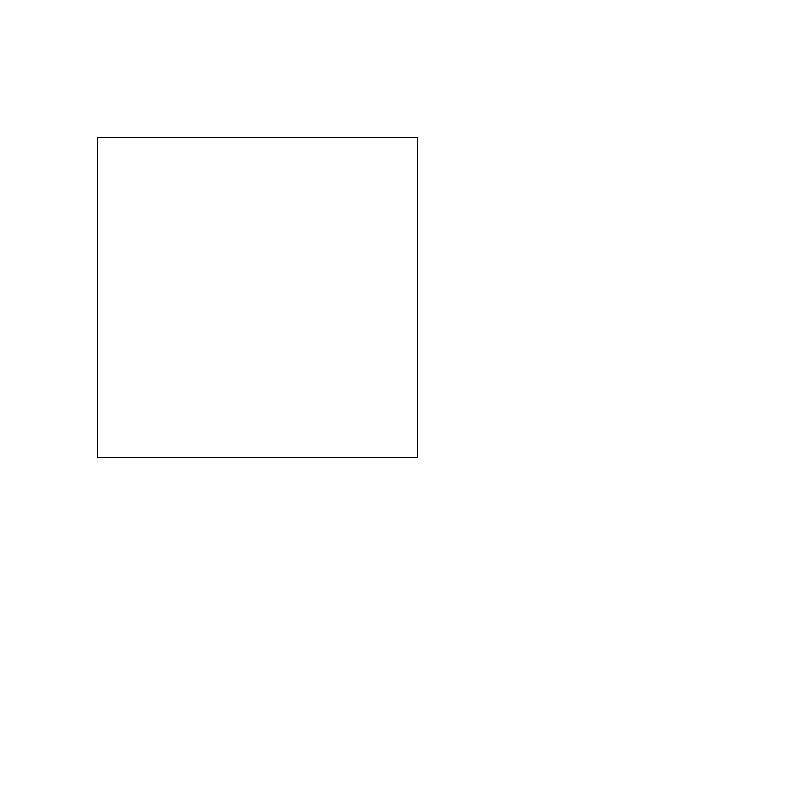
Above: 架构/模块架构.drawio in c825503724/fms (draw.io), before the change. Source tidied: cells renumbered, new cells numbered last; positions are measured from the earlier drawing's top-left corner, leaving out a move shared by most shapes. Both pictures are drawn from the tidied source at 100%, with x=0, y=0 at pixel (97, 137).
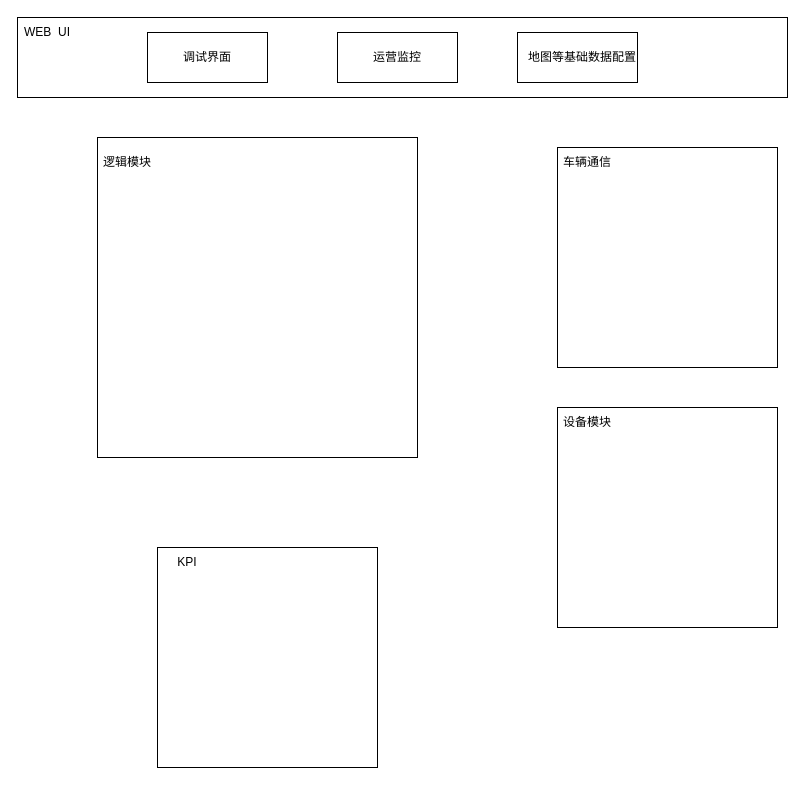
The same page after the edit.

Commit message (it also covers changes not shown here):
更新模块架构.drawio

What changed in the source:
```diff
@@
+    <mxCell id="3" value="逻辑模块" style="text;strokeColor=none;align=center;fillColor=none;html=1;verticalAlign=middle;whiteSpace=wrap;rounded=0;" parent="1" vertex="1">
+      <mxGeometry y="10" width="60" height="30" as="geometry" />
+    </mxCell>
+    <mxCell id="4" style="whiteSpace=wrap;html=1;" parent="1" vertex="1">
+      <mxGeometry x="460" y="10" width="220" height="220" as="geometry" />
+    </mxCell>
+    <mxCell id="5" value="车辆通信" style="text;strokeColor=none;align=center;fillColor=none;html=1;verticalAlign=middle;whiteSpace=wrap;rounded=0;" parent="1" vertex="1">
+      <mxGeometry x="460" y="10" width="60" height="30" as="geometry" />
+    </mxCell>
+    <mxCell id="6" style="whiteSpace=wrap;html=1;" parent="1" vertex="1">
+      <mxGeometry x="460" y="270" width="220" height="220" as="geometry" />
+    </mxCell>
+    <mxCell id="7" value="设备模块" style="text;strokeColor=none;align=center;fillColor=none;html=1;verticalAlign=middle;whiteSpace=wrap;rounded=0;" parent="1" vertex="1">
+      <mxGeometry x="460" y="270" width="60" height="30" as="geometry" />
+    </mxCell>
+    <mxCell id="8" style="whiteSpace=wrap;html=1;" parent="1" vertex="1">
+      <mxGeometry x="60" y="410" width="220" height="220" as="geometry" />
+    </mxCell>
+    <mxCell id="9" value="KPI" style="text;strokeColor=none;align=center;fillColor=none;html=1;verticalAlign=middle;whiteSpace=wrap;rounded=0;" parent="1" vertex="1">
+      <mxGeometry x="60" y="410" width="60" height="30" as="geometry" />
+    </mxCell>
+    <mxCell id="10" style="whiteSpace=wrap;html=1;" parent="1" vertex="1">
+      <mxGeometry x="-80" y="-120" width="770" height="80" as="geometry" />
+    </mxCell>
+    <mxCell id="11" value="WEB&amp;nbsp; UI" style="text;strokeColor=none;align=center;fillColor=none;html=1;verticalAlign=middle;whiteSpace=wrap;rounded=0;" parent="1" vertex="1">
+      <mxGeometry x="-80" y="-120" width="60" height="30" as="geometry" />
+    </mxCell>
+    <mxCell id="12" style="group;" parent="1" vertex="1">
+      <mxGeometry x="50" y="-105" width="120" height="50" as="geometry" />
+    </mxCell>
+    <mxCell id="13" style="whiteSpace=wrap;html=1;" parent="12" vertex="1">
+      <mxGeometry width="120" height="50" as="geometry" />
+    </mxCell>
+    <mxCell id="14" value="调试界面" style="text;strokeColor=none;align=center;fillColor=none;html=1;verticalAlign=middle;whiteSpace=wrap;rounded=0;" parent="12" vertex="1">
+      <mxGeometry x="30" y="10" width="60" height="30" as="geometry" />
+    </mxCell>
+    <mxCell id="15" style="group;" parent="1" vertex="1">
+      <mxGeometry x="240" y="-105" width="120" height="50" as="geometry" />
+    </mxCell>
+    <mxCell id="16" style="whiteSpace=wrap;html=1;" parent="15" vertex="1">
+      <mxGeometry width="120" height="50" as="geometry" />
+    </mxCell>
+    <mxCell id="17" value="运营监控" style="text;strokeColor=none;align=center;fillColor=none;html=1;verticalAlign=middle;whiteSpace=wrap;rounded=0;" parent="15" vertex="1">
+      <mxGeometry x="30" y="10" width="60" height="30" as="geometry" />
+    </mxCell>
+    <mxCell id="18" style="group;" parent="1" vertex="1">
+      <mxGeometry x="420" y="-105" width="140" height="50" as="geometry" />
+    </mxCell>
+    <mxCell id="19" style="whiteSpace=wrap;html=1;" parent="18" vertex="1">
+      <mxGeometry width="120" height="50" as="geometry" />
+    </mxCell>
+    <mxCell id="20" value="地图等基础数据配置" style="text;strokeColor=none;align=center;fillColor=none;html=1;verticalAlign=middle;whiteSpace=wrap;rounded=0;" parent="18" vertex="1">
+      <mxGeometry x="10" y="10" width="110" height="30" as="geometry" />
+    </mxCell>
```
